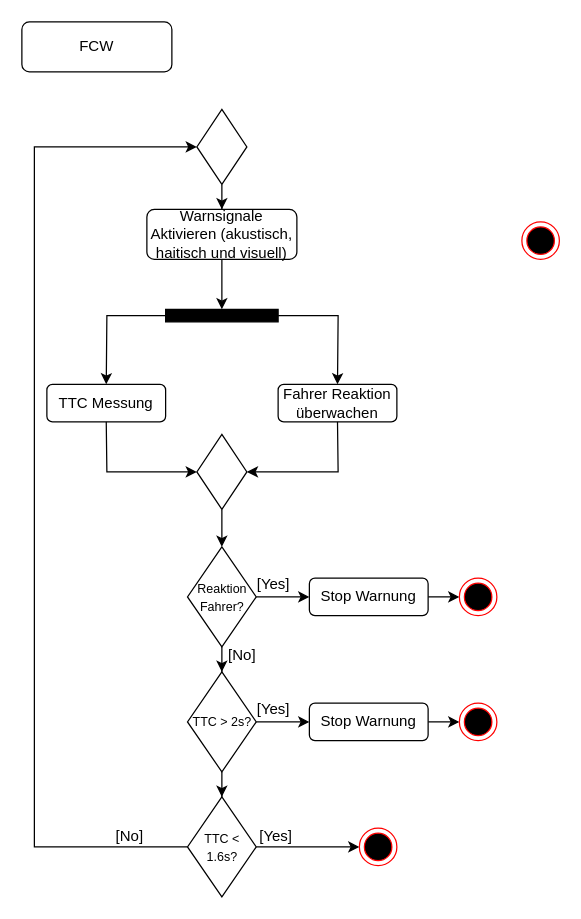
Nickcoby/Informatik-in-Fzgsystemen keeps this draw.io diagram as Aktivitätsdiagramm/Aktivitätsdiagramm_FCW.drawio. Above is the earlier version. Source tidied: cells renumbered, new cells numbered last; positions are measured from the earlier drawing's top-left corner, leaving out a move shared by most shapes. Both pictures are drawn from the tidied source at 125%, with x=0, y=0 at pixel (21, 21).
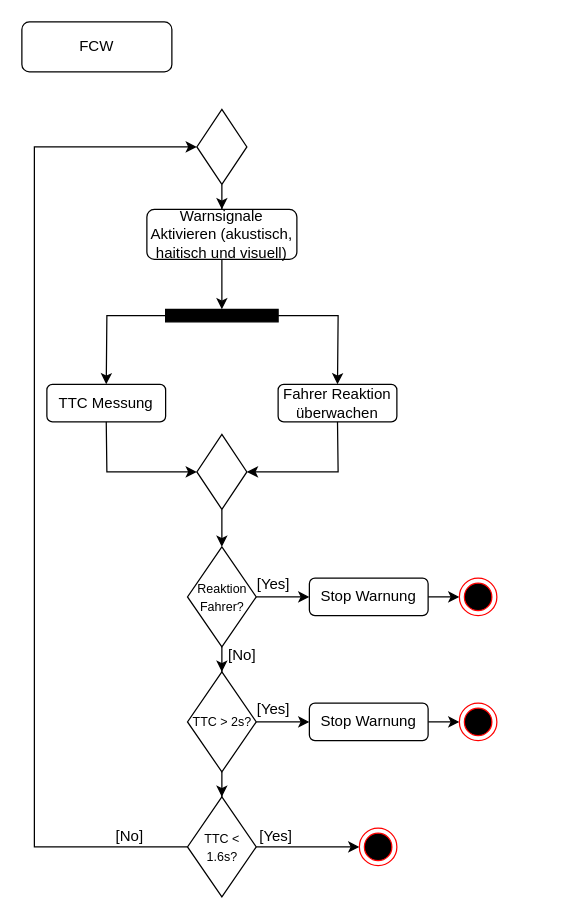
After the change.

The edit, as a diff of the source:
```diff
@@
-    <mxCell id="7" style="ellipse;html=1;shape=endState;fillColor=#000000;strokeColor=#ff0000;" parent="1" vertex="1">
-      <mxGeometry x="400" y="160" width="30" height="30" as="geometry" />
-    </mxCell>
```
